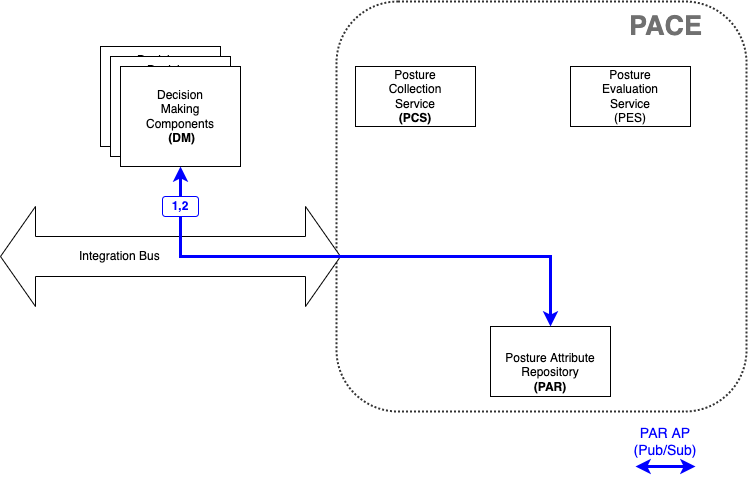
Earlier version of the draw.io export docs/UseCases/Images/retrieve_sbom_01.png (opencybersecurityalliance/PACE). Source tidied: cells renumbered, new cells last; positions are measured from the earlier drawing's top-left corner, leaving out a move shared by most shapes.
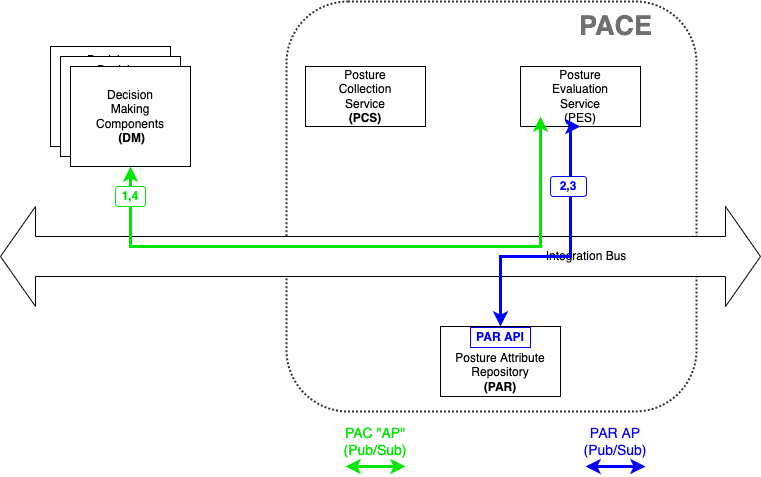
The same file after the commit.

Diff of the diagram source:
```diff
@@ -5,8 +5,8 @@
     <mxCell id="2" style="whiteSpace=wrap;html=1;fillColor=none;strokeWidth=2;rounded=1;dashed=1;dashPattern=1 1;opacity=80;" parent="1" vertex="1">
       <mxGeometry x="336" width="410" height="410" as="geometry" />
     </mxCell>
-    <mxCell id="3" value="Integration Bus&lt;span style=&quot;white-space: pre&quot;&gt;&#9;&lt;/span&gt;&lt;span style=&quot;white-space: pre&quot;&gt;&#9;&lt;/span&gt;&lt;span style=&quot;white-space: pre&quot;&gt;&#9;&lt;/span&gt;&lt;span style=&quot;white-space: pre&quot;&gt;&#9;&lt;span style=&quot;white-space: pre&quot;&gt;&#9;&lt;/span&gt; &lt;/span&gt;&amp;nbsp; &amp;nbsp; &amp;nbsp; &amp;nbsp; &amp;nbsp; &amp;nbsp; &amp;nbsp;" style="html=1;shadow=0;dashed=0;align=right;verticalAlign=middle;shape=mxgraph.arrows2.twoWayArrow;dy=0.6;dx=35;" parent="1" vertex="1">
-      <mxGeometry y="205" width="340" height="100" as="geometry" />
+    <mxCell id="3" value="Integration Bus&lt;span style=&quot;white-space: pre&quot;&gt;&#9;&lt;/span&gt;&lt;span style=&quot;white-space: pre&quot;&gt;&#9;&lt;/span&gt;&lt;span style=&quot;white-space: pre&quot;&gt;&#9;&lt;/span&gt;&lt;span style=&quot;white-space: pre&quot;&gt;&#9;&lt;span style=&quot;white-space: pre&quot;&gt;&#9;&lt;/span&gt;&lt;/span&gt;" style="html=1;shadow=0;dashed=0;align=right;verticalAlign=middle;shape=mxgraph.arrows2.twoWayArrow;dy=0.6;dx=35;" parent="1" vertex="1">
+      <mxGeometry x="50" y="205" width="760" height="100" as="geometry" />
     </mxCell>
     <mxCell id="4" value="Posture&lt;br&gt;Collection&lt;br&gt;Service&lt;br&gt;&lt;b&gt;(PCS)&lt;/b&gt;" style="rounded=0;whiteSpace=wrap;html=1;" parent="1" vertex="1">
       <mxGeometry x="355" y="65" width="120" height="60" as="geometry" />
@@ -26,28 +26,53 @@
     <mxCell id="9" value="Decision&lt;br&gt;Making&lt;br&gt;Components&lt;br&gt;&amp;nbsp;&lt;b&gt;(DM)&lt;/b&gt;" style="rounded=0;whiteSpace=wrap;html=1;" parent="1" vertex="1">
       <mxGeometry x="120" y="65" width="120" height="100" as="geometry" />
     </mxCell>
+    <mxCell id="15" style="endArrow=classic;startArrow=classic;html=1;rounded=0;strokeColor=#00E600;strokeWidth=3;startFill=1;endSize=6;exitX=0.5;exitY=1;exitDx=0;exitDy=0;endFill=1;sourcePerimeterSpacing=6;targetPerimeterSpacing=6;" parent="1" edge="1" source="9">
+      <mxGeometry relative="1" as="geometry">
+        <mxPoint x="590" y="115" as="targetPoint" />
+        <Array as="points">
+          <mxPoint x="180" y="245" />
+          <mxPoint x="590" y="245" />
+        </Array>
+      </mxGeometry>
+    </mxCell>
     <mxCell id="10" value="&lt;font color=&quot;#707070&quot;&gt;PACE&lt;/font&gt;" style="text;html=1;align=center;verticalAlign=middle;fillColor=none;strokeColor=none;rounded=0;dashed=1;dashPattern=1 1;opacity=80;fontStyle=1;fontSize=27;fontColor=#636363;" parent="1" vertex="1">
       <mxGeometry x="620" y="5" width="90" height="40" as="geometry" />
     </mxCell>
+    <mxCell id="16" style="endArrow=classic;startArrow=classic;html=1;rounded=0;fontColor=#0000FF;endSize=6;sourcePerimeterSpacing=6;targetPerimeterSpacing=6;strokeColor=#00E600;strokeWidth=3;" parent="1" edge="1">
+      <mxGeometry relative="1" as="geometry">
+        <mxPoint x="395" y="465" as="sourcePoint" />
+        <mxPoint x="455" y="465" as="targetPoint" />
+      </mxGeometry>
+    </mxCell>
+    <mxCell id="17" value="PAC &quot;AP&quot;&lt;br style=&quot;font-size: 14px&quot;&gt;(Pub/Sub)" style="text;html=1;strokeColor=none;fillColor=none;align=center;verticalAlign=middle;whiteSpace=wrap;rounded=0;fontColor=#00E600;fontSize=14;" parent="1" vertex="1">
+      <mxGeometry x="395" y="425" width="60" height="30" as="geometry" />
+    </mxCell>
     <mxCell id="11" style="endArrow=classic;startArrow=classic;html=1;rounded=0;fontColor=#0000FF;endSize=6;sourcePerimeterSpacing=6;targetPerimeterSpacing=6;strokeColor=#0000FF;strokeWidth=3;startFill=1;" parent="1" edge="1">
       <mxGeometry relative="1" as="geometry">
         <mxPoint x="635" y="465" as="sourcePoint" />
         <mxPoint x="695" y="465" as="targetPoint" />
       </mxGeometry>
     </mxCell>
-    <mxCell id="12" value="PAR AP&lt;br&gt;(Pub/Sub)" style="text;html=1;strokeColor=none;fillColor=none;align=center;verticalAlign=middle;whiteSpace=wrap;rounded=0;fontColor=#0000FF;fontSize=14;" parent="1" vertex="1">
+    <mxCell id="12" value="PAR AP&lt;br style=&quot;font-size: 14px&quot;&gt;(Pub/Sub)" style="text;html=1;strokeColor=none;fillColor=none;align=center;verticalAlign=middle;whiteSpace=wrap;rounded=0;fontColor=#0000FF;fontSize=14;" parent="1" vertex="1">
       <mxGeometry x="625" y="425" width="80" height="30" as="geometry" />
     </mxCell>
-    <mxCell id="13" style="endArrow=classic;startArrow=classic;html=1;rounded=0;fontColor=#FF0000;strokeColor=#0000FF;exitX=0.5;exitY=1;exitDx=0;exitDy=0;entryX=0.5;entryY=0;entryDx=0;entryDy=0;edgeStyle=orthogonalEdgeStyle;strokeWidth=3;startFill=1;" parent="1" edge="1" source="9" target="6">
+    <mxCell id="13" style="endArrow=classic;startArrow=classic;html=1;rounded=0;fontColor=#FF0000;strokeColor=#0000FF;exitX=0.5;exitY=1;exitDx=0;exitDy=0;entryX=0.5;entryY=0;entryDx=0;entryDy=0;edgeStyle=orthogonalEdgeStyle;strokeWidth=3;startFill=1;" parent="1" edge="1" source="5" target="6">
       <mxGeometry relative="1" as="geometry">
         <Array as="points">
-          <mxPoint x="180" y="255" />
+          <mxPoint x="620" y="125" />
+          <mxPoint x="620" y="255" />
           <mxPoint x="550" y="255" />
         </Array>
       </mxGeometry>
     </mxCell>
-    <mxCell id="14" value="1,2" style="rounded=1;whiteSpace=wrap;html=1;fontColor=#0000FF;strokeColor=#0000FF;strokeWidth=1;fontStyle=1;" parent="1" vertex="1">
-      <mxGeometry x="162" y="195" width="36" height="20" as="geometry" />
+    <mxCell id="14" value="2,3" style="rounded=1;whiteSpace=wrap;html=1;fontColor=#0000FF;strokeColor=#0000FF;strokeWidth=1;fontStyle=1;" parent="1" vertex="1">
+      <mxGeometry x="600" y="175" width="36" height="20" as="geometry" />
     </mxCell>
+    <mxCell id="18" value="1,4" style="rounded=1;whiteSpace=wrap;html=1;fontColor=#00E600;strokeColor=#00E600;strokeWidth=1;fontStyle=1;" parent="1" vertex="1">
+      <mxGeometry x="165" y="185" width="30" height="20" as="geometry" />
+    </mxCell>
+    <mxCell id="19" value="PAR API" style="rounded=0;whiteSpace=wrap;html=1;fontColor=#0000FF;strokeColor=#0000FF;fontStyle=1;" parent="1" vertex="1">
+      <mxGeometry x="520" y="326" width="60" height="20" as="geometry" />
+    </mxCell>
   </root>
 </mxGraphModel>
```
